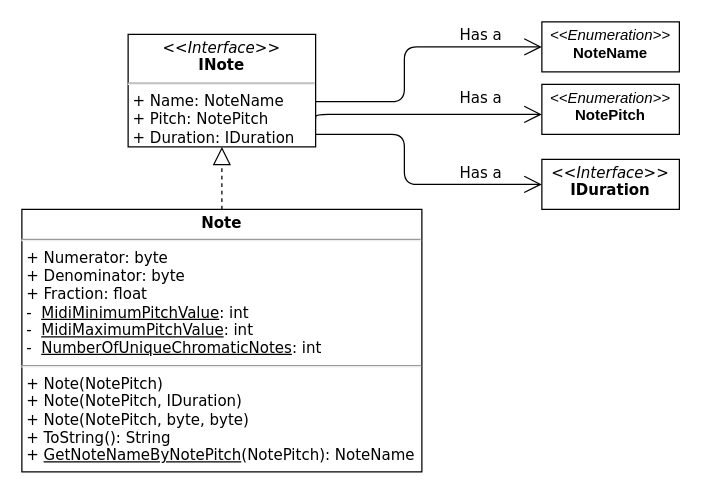
Above: page "Notes" (3 of 7) of Design/Diagrams/templates/Music-Theory-Class-Diagram.drawio in cwelt/Soloist (draw.io), before the change. Source tidied: cells renumbered, new cells numbered last; positions are measured from the earlier drawing's top-left corner, leaving out a move shared by most shapes. Both pictures are drawn from the tidied source at 125%, with x=0, y=0 at pixel (21, 21).
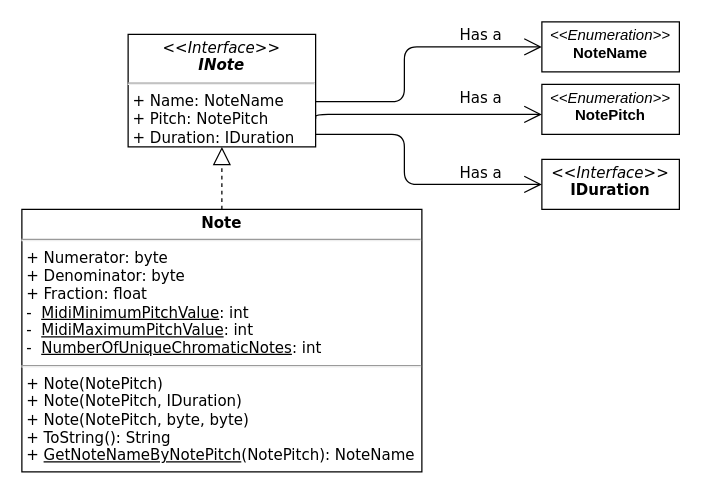
After the change.

Change to the diagram source:
```diff
@@
-    <mxCell id="2" value="&lt;p style=&quot;margin: 4px 0px 0px ; text-align: center&quot;&gt;&lt;font style=&quot;font-size: 12px&quot;&gt;&lt;i&gt;&amp;lt;&amp;lt;&lt;/i&gt;&lt;i&gt;Interface&lt;/i&gt;&lt;i&gt;&amp;gt;&amp;gt;&lt;/i&gt;&lt;br&gt;&lt;b&gt;INote&lt;/b&gt;&lt;/font&gt;&lt;/p&gt;&lt;hr&gt;&lt;p style=&quot;margin: 0px 0px 0px 4px&quot;&gt;&lt;font style=&quot;font-size: 12px&quot;&gt;+ Name: NoteName&lt;/font&gt;&lt;/p&gt;&lt;p style=&quot;margin: 0px 0px 0px 4px&quot;&gt;&lt;font style=&quot;font-size: 12px&quot;&gt;+ Pitch: NotePitch&lt;br&gt;&lt;/font&gt;&lt;/p&gt;&lt;p style=&quot;margin: 0px 0px 0px 4px&quot;&gt;&lt;font style=&quot;font-size: 12px&quot;&gt;+ Duration: IDuration&lt;br&gt;&lt;/font&gt;&lt;/p&gt;&lt;p style=&quot;margin: 0px 0px 0px 4px&quot;&gt;&lt;br&gt;&lt;/p&gt;" style="verticalAlign=top;align=left;overflow=fill;fontSize=12;fontFamily=Verdana;html=1;" parent="1" vertex="1">
+    <mxCell id="2" value="&lt;p style=&quot;margin: 4px 0px 0px ; text-align: center&quot;&gt;&lt;font style=&quot;font-size: 12px&quot;&gt;&lt;i&gt;&amp;lt;&amp;lt;&lt;/i&gt;&lt;i&gt;Interface&lt;/i&gt;&lt;i&gt;&amp;gt;&amp;gt;&lt;/i&gt;&lt;br&gt;&lt;b&gt;&lt;i&gt;INote&lt;/i&gt;&lt;/b&gt;&lt;/font&gt;&lt;/p&gt;&lt;hr&gt;&lt;p style=&quot;margin: 0px 0px 0px 4px&quot;&gt;&lt;font style=&quot;font-size: 12px&quot;&gt;+ Name: NoteName&lt;/font&gt;&lt;/p&gt;&lt;p style=&quot;margin: 0px 0px 0px 4px&quot;&gt;&lt;font style=&quot;font-size: 12px&quot;&gt;+ Pitch: NotePitch&lt;br&gt;&lt;/font&gt;&lt;/p&gt;&lt;p style=&quot;margin: 0px 0px 0px 4px&quot;&gt;&lt;font style=&quot;font-size: 12px&quot;&gt;+ Duration: IDuration&lt;br&gt;&lt;/font&gt;&lt;/p&gt;&lt;p style=&quot;margin: 0px 0px 0px 4px&quot;&gt;&lt;br&gt;&lt;/p&gt;" style="verticalAlign=top;align=left;overflow=fill;fontSize=12;fontFamily=Verdana;html=1;" parent="1" vertex="1">
       <mxGeometry x="85" y="10" width="150" height="90" as="geometry" />
     </mxCell>
```
